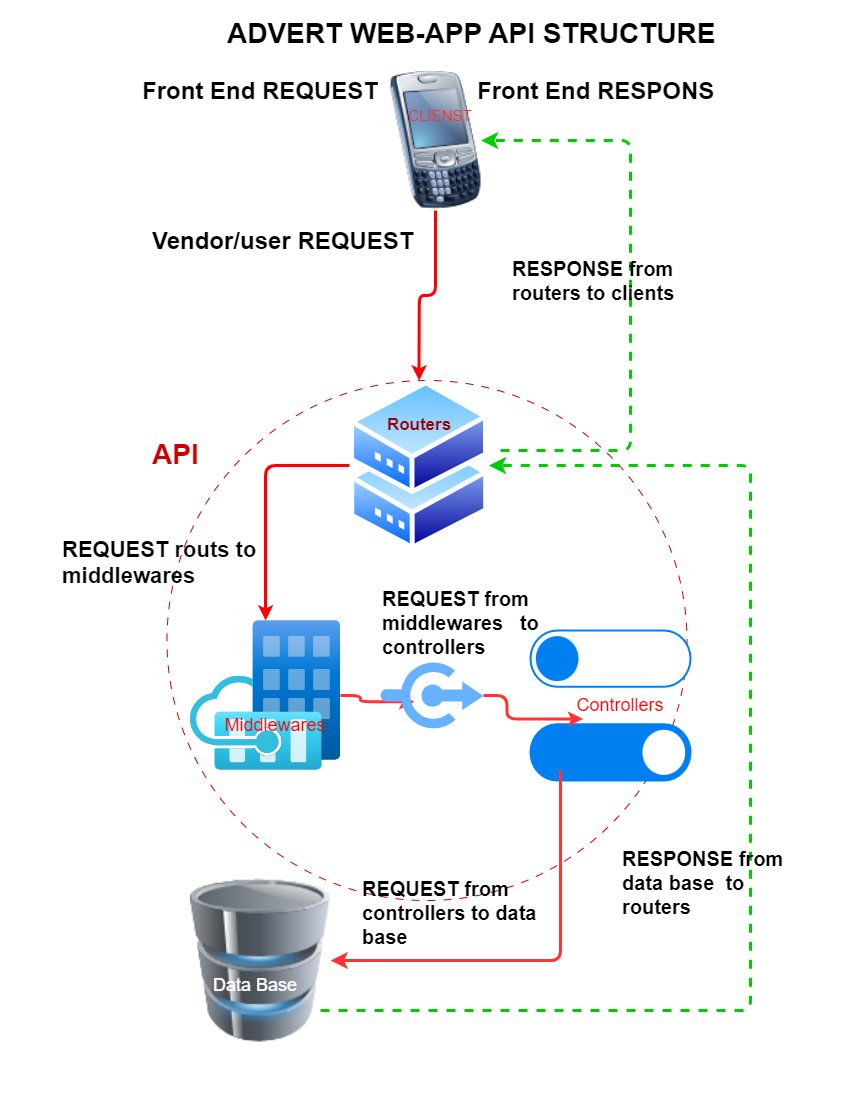
Earlier version of the draw.io export Advert-Api.drawio.png (jepp-x/advertising-api). Source tidied: cells renumbered, new cells last; positions are measured from the earlier drawing's top-left corner, leaving out a move shared by most shapes.
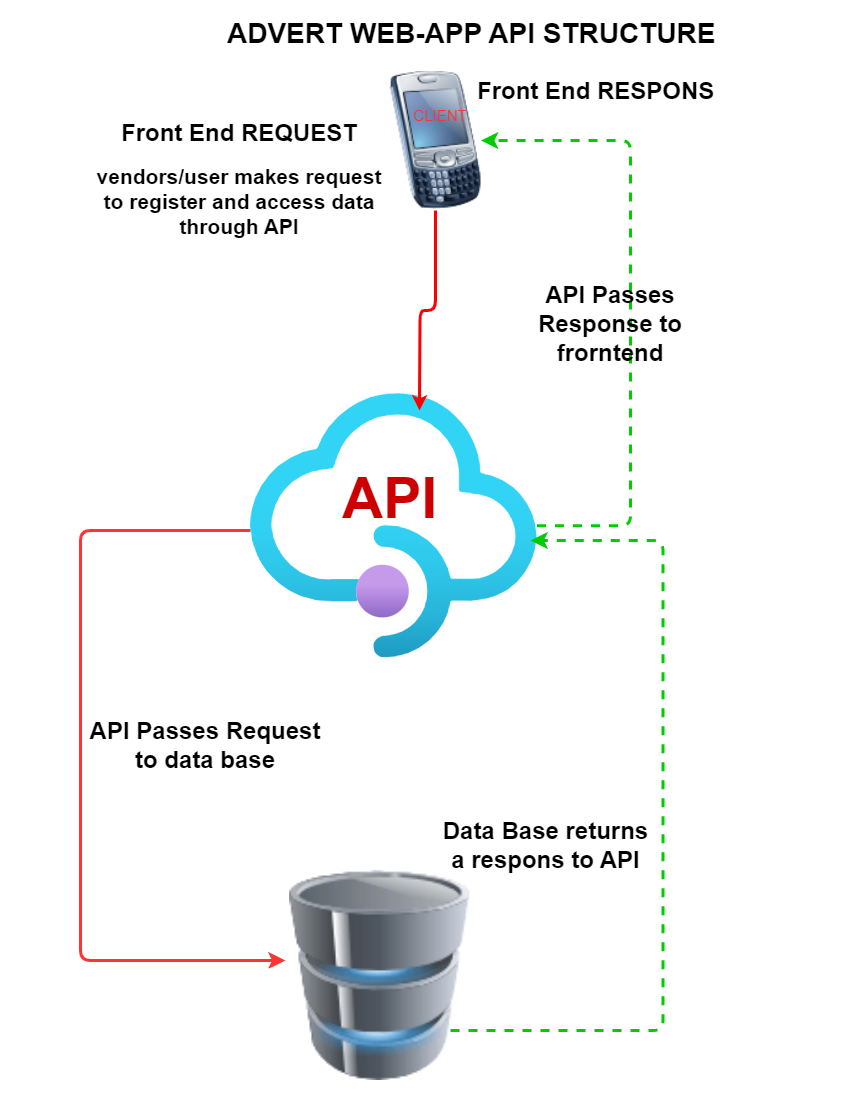
The same file after the commit.

Commit message:
user signup/login/patch/view works

What changed in the source:
```diff
@@ -2,108 +2,71 @@
   <root>
     <mxCell id="0" />
     <mxCell id="1" parent="0" />
-    <mxCell id="2" style="ellipse;whiteSpace=wrap;html=1;fillColor=none;strokeColor=#CC0000;dashed=1;dashPattern=8 8;" parent="1" vertex="1">
-      <mxGeometry x="106.5" y="370" width="520" height="520" as="geometry" />
-    </mxCell>
+    <mxCell id="7" style="html=1;align=center;shadow=0;dashed=0;spacingTop=3;image=img/lib/azure2/app_services/API_Management_Services.svg;shape=image;labelBackgroundColor=default;verticalAlign=top;verticalLabelPosition=bottom;points=[];" parent="1" vertex="1">
+      <mxGeometry x="190" y="340.6" width="286.5" height="349.4" as="geometry" />
+    </mxCell>
-    <mxCell id="3" value="&lt;b&gt;&lt;font style=&quot;font-size: 28px; color: rgb(204, 0, 0);&quot;&gt;API&amp;nbsp;&lt;/font&gt;&lt;/b&gt;" style="strokeWidth=3;shadow=0;dashed=0;align=center;html=1;shape=mxgraph.mockup.text.callout;linkText=;textSize=17;textColor=#666666;callDir=NW;callStyle=line;fontSize=17;fontColor=#666666;align=left;verticalAlign=top;strokeColor=none;gradientColor=default;perimeterSpacing=0;spacingTop=-9;" parent="1" vertex="1">
-      <mxGeometry x="90" y="430" width="80" height="50" as="geometry" />
+    <mxCell id="3" value="&lt;b&gt;&lt;font style=&quot;color: rgb(204, 0, 0);&quot;&gt;API&amp;nbsp;&lt;/font&gt;&lt;/b&gt;" style="strokeWidth=3;shadow=0;dashed=0;align=center;html=1;shape=mxgraph.mockup.text.callout;linkText=;textSize=17;textColor=#666666;callDir=NW;callStyle=line;fontSize=57;fontColor=#666666;align=left;verticalAlign=top;strokeColor=none;gradientColor=default;perimeterSpacing=0;spacingTop=-9;" parent="1" vertex="1">
+      <mxGeometry x="280" y="456" width="130" height="50" as="geometry" />
     </mxCell>
-    <mxCell id="4" style="edgeStyle=orthogonalEdgeStyle;rounded=1;jettySize=auto;html=1;fillColor=light-dark(#CF0C02,#512D2B);strokeColor=light-dark(#FF0000,#D7817E);gradientColor=none;strokeWidth=3;flowAnimation=0;fillStyle=solid;" parent="1" edge="1" source="5" target="7">
-      <mxGeometry relative="1" as="geometry" />
+    <mxCell id="4" style="edgeStyle=orthogonalEdgeStyle;rounded=1;jettySize=auto;html=1;fillColor=light-dark(#CF0C02,#512D2B);strokeColor=light-dark(#FF0000,#D7817E);gradientColor=none;strokeWidth=3;flowAnimation=0;fillStyle=solid;" parent="1" edge="1" source="5">
+      <mxGeometry relative="1" as="geometry">
+        <mxPoint x="359" y="400" as="targetPoint" />
+      </mxGeometry>
     </mxCell>
     <mxCell id="5" style="verticalLabelPosition=bottom;html=1;verticalAlign=top;align=center;strokeColor=none;fillColor=#00BEF2;shape=image;labelBackgroundColor=default;image=img/lib/clip_art/telecommunication/Palm_Treo_128x128.png;" parent="1" vertex="1">
       <mxGeometry x="329.5" y="60" width="91" height="140" as="geometry" />
     </mxCell>
-    <mxCell id="6" style="edgeStyle=orthogonalEdgeStyle;rounded=1;jettySize=auto;html=1;strokeColor=#FF0000;fillColor=#FF3333;strokeWidth=3;" parent="1" edge="1" source="7" target="8">
-      <mxGeometry relative="1" as="geometry" />
-    </mxCell>
-    <mxCell id="7" style="image;perimeter=ellipsePerimeter;html=1;align=center;shadow=0;dashed=0;spacingTop=3;image=img/lib/active_directory/shadowed_router.svg;" parent="1" vertex="1">
-      <mxGeometry x="288.9" y="370" width="139.4" height="170" as="geometry" />
-    </mxCell>
-    <mxCell id="8" style="image;html=1;points=[];align=center;fontSize=12;image=img/lib/azure2/other/Modular_Data_Center.svg;" parent="1" vertex="1">
-      <mxGeometry x="130" y="610" width="150" height="150" as="geometry" />
-    </mxCell>
-    <mxCell id="9" style="html=1;verticalLabelPosition=bottom;align=center;labelBackgroundColor=#ffffff;verticalAlign=top;strokeWidth=2;strokeColor=#0080F0;shadow=0;dashed=0;shape=mxgraph.ios7.icons.controls;" parent="1" vertex="1">
-      <mxGeometry x="470" y="620" width="160" height="150" as="geometry" />
-    </mxCell>
-    <mxCell id="10" style="image;html=1;image=img/lib/clip_art/computers/Database_128x128.png;" parent="1" vertex="1">
-      <mxGeometry x="130" y="860" width="140" height="180" as="geometry" />
-    </mxCell>
-    <mxCell id="11" style="edgeStyle=segmentEdgeStyle;endArrow=classic;html=1;curved=0;rounded=1;endSize=8;startSize=8;entryX=1;entryY=0.5;entryDx=0;entryDy=0;strokeWidth=3;strokeColor=#FF3333;" parent="1" edge="1" target="10">
+    <mxCell id="11" style="edgeStyle=segmentEdgeStyle;endArrow=classic;html=1;curved=0;rounded=1;endSize=8;startSize=8;entryX=0.5;entryY=0;entryDx=0;entryDy=0;strokeWidth=3;strokeColor=#FF3333;" parent="1" edge="1" source="7" target="29">
       <mxGeometry relative="1" as="geometry">
-        <mxPoint x="500" y="760" as="sourcePoint" />
         <Array as="points">
-          <mxPoint x="500" y="950" />
-          <mxPoint x="420" y="950" />
+          <mxPoint x="20" y="520" />
+          <mxPoint x="20" y="950" />
         </Array>
       </mxGeometry>
     </mxCell>
-    <mxCell id="12" style="edgeStyle=orthogonalEdgeStyle;rounded=1;jettySize=auto;html=1;entryX=0.329;entryY=0.59;entryDx=0;entryDy=0;entryPerimeter=0;curved=0;strokeWidth=3;strokeColor=#FF3333;" parent="1" edge="1" source="14" target="9">
-      <mxGeometry relative="1" as="geometry" />
-    </mxCell>
-    <mxCell id="13" style="edgeStyle=orthogonalEdgeStyle;rounded=1;jettySize=auto;html=1;entryX=0.329;entryY=0.59;entryDx=0;entryDy=0;entryPerimeter=0;strokeColor=light-dark(#FF3333,#512D2B);curved=0;strokeWidth=3;" parent="1" edge="1" source="8" target="14">
-      <mxGeometry relative="1" as="geometry" />
-    </mxCell>
-    <mxCell id="14" style="sketch=0;shadow=0;dashed=0;html=1;strokeColor=none;labelPosition=center;verticalLabelPosition=bottom;verticalAlign=top;align=center;fillColor=#66B2FF;shape=mxgraph.mscae.enterprise.connectors;" parent="1" vertex="1">
-      <mxGeometry x="320" y="650" width="102.9" height="70" as="geometry" />
-    </mxCell>
-    <mxCell id="15" style="edgeStyle=elbowEdgeStyle;elbow=horizontal;endArrow=classic;html=1;curved=0;rounded=1;endSize=8;startSize=8;entryX=1;entryY=0.5;entryDx=0;entryDy=0;strokeWidth=3;strokeColor=#00CC00;dashed=1;" parent="1" edge="1" target="7">
+    <mxCell id="15" style="edgeStyle=elbowEdgeStyle;elbow=horizontal;endArrow=classic;html=1;curved=0;rounded=1;endSize=8;startSize=8;strokeWidth=3;strokeColor=#00CC00;dashed=1;exitX=0.25;exitY=1;exitDx=0;exitDy=0;" parent="1" edge="1">
       <mxGeometry relative="1" as="geometry">
-        <mxPoint x="260" y="1000" as="sourcePoint" />
+        <mxPoint x="390" y="1020" as="sourcePoint" />
+        <mxPoint x="470" y="530" as="targetPoint" />
         <Array as="points">
-          <mxPoint x="690" y="980" />
+          <mxPoint x="602.5" y="810" />
+          <mxPoint x="502.5" y="720" />
         </Array>
       </mxGeometry>
     </mxCell>
-    <mxCell id="16" style="edgeStyle=elbowEdgeStyle;elbow=horizontal;endArrow=classic;html=1;curved=0;rounded=1;endSize=8;startSize=8;entryX=1;entryY=0.5;entryDx=0;entryDy=0;dashed=1;strokeWidth=3;strokeColor=#00CC00;" parent="1" edge="1" target="5">
+    <mxCell id="16" style="edgeStyle=elbowEdgeStyle;elbow=horizontal;endArrow=classic;html=1;curved=0;rounded=1;endSize=8;startSize=8;entryX=1;entryY=0.5;entryDx=0;entryDy=0;dashed=1;strokeWidth=3;strokeColor=#00CC00;" parent="1" edge="1" source="7" target="5">
       <mxGeometry relative="1" as="geometry">
-        <mxPoint x="440" y="440" as="sourcePoint" />
         <Array as="points">
           <mxPoint x="570" y="310" />
         </Array>
       </mxGeometry>
     </mxCell>
-    <mxCell id="17" value="&lt;h1 style=&quot;margin-top: 0px;&quot;&gt;&lt;span style=&quot;background-color: transparent; color: light-dark(rgb(0, 0, 0), rgb(255, 255, 255));&quot;&gt;Vendor/user REQUEST&amp;nbsp;&amp;nbsp;&lt;/span&gt;&lt;/h1&gt;" style="text;html=1;whiteSpace=wrap;overflow=hidden;rounded=0;" parent="1" vertex="1">
-      <mxGeometry x="90" y="210" width="320" height="60" as="geometry" />
-    </mxCell>
-    <mxCell id="18" value="&lt;h1 style=&quot;margin-top: 0px;&quot;&gt;&lt;span style=&quot;background-color: transparent; color: light-dark(rgb(0, 0, 0), rgb(255, 255, 255));&quot;&gt;REQUEST routs to middlewares&amp;nbsp; &amp;nbsp;&lt;/span&gt;&lt;/h1&gt;" style="text;html=1;whiteSpace=wrap;overflow=hidden;rounded=0;fontSize=11;" parent="1" vertex="1">
-      <mxGeometry y="520" width="270" height="80" as="geometry" />
-    </mxCell>
-    <mxCell id="19" value="Routers" style="text;html=1;align=center;verticalAlign=middle;whiteSpace=wrap;rounded=0;fontColor=#990000;fontSize=17;fontStyle=1;" parent="1" vertex="1">
-      <mxGeometry x="328.6" y="400" width="60" height="30" as="geometry" />
-    </mxCell>
-    <mxCell id="20" value="CLIENST" style="text;html=1;align=center;verticalAlign=middle;whiteSpace=wrap;rounded=0;fontColor=#FF3333;fontSize=15;" parent="1" vertex="1">
+    <mxCell id="20" value="CLIENT" style="text;html=1;align=center;verticalAlign=middle;whiteSpace=wrap;rounded=0;fontColor=#FF3333;fontSize=15;" parent="1" vertex="1">
       <mxGeometry x="350" y="90" width="60" height="30" as="geometry" />
     </mxCell>
-    <mxCell id="21" value="&lt;h1 style=&quot;margin-top: 0px;&quot;&gt;&lt;span style=&quot;background-color: transparent; color: light-dark(rgb(0, 0, 0), rgb(255, 255, 255));&quot;&gt;REQUEST from middlewares&amp;nbsp; &amp;nbsp;to controllers&lt;/span&gt;&lt;/h1&gt;" style="text;html=1;whiteSpace=wrap;overflow=hidden;rounded=0;fontSize=10;" parent="1" vertex="1">
-      <mxGeometry x="320" y="570" width="190" height="80" as="geometry" />
-    </mxCell>
-    <mxCell id="22" value="&lt;h1 style=&quot;margin-top: 0px;&quot;&gt;&lt;span style=&quot;background-color: transparent; color: light-dark(rgb(0, 0, 0), rgb(255, 255, 255));&quot;&gt;REQUEST from controllers to data base&lt;/span&gt;&lt;/h1&gt;" style="text;html=1;whiteSpace=wrap;overflow=hidden;rounded=0;fontSize=10;" parent="1" vertex="1">
-      <mxGeometry x="300" y="860" width="190" height="80" as="geometry" />
-    </mxCell>
-    <mxCell id="23" value="&lt;h1 style=&quot;margin-top: 0px;&quot;&gt;&lt;span style=&quot;background-color: transparent; color: light-dark(rgb(0, 0, 0), rgb(255, 255, 255));&quot;&gt;RESPONSE from data base&amp;nbsp; to routers&lt;/span&gt;&lt;/h1&gt;" style="text;html=1;whiteSpace=wrap;overflow=hidden;rounded=0;fontSize=10;" parent="1" vertex="1">
-      <mxGeometry x="560" y="830" width="190" height="80" as="geometry" />
-    </mxCell>
-    <mxCell id="24" value="&lt;h1 style=&quot;margin-top: 0px;&quot;&gt;&lt;span style=&quot;background-color: transparent; color: light-dark(rgb(0, 0, 0), rgb(255, 255, 255));&quot;&gt;RESPONSE from routers to clients&lt;/span&gt;&lt;/h1&gt;" style="text;html=1;whiteSpace=wrap;overflow=hidden;rounded=0;fontSize=10;" parent="1" vertex="1">
-      <mxGeometry x="450" y="240" width="190" height="80" as="geometry" />
-    </mxCell>
-    <mxCell id="25" value="&lt;h1 style=&quot;margin-top: 0px;&quot;&gt;&lt;span style=&quot;background-color: transparent; color: light-dark(rgb(0, 0, 0), rgb(255, 255, 255));&quot;&gt;Front End REQUEST&lt;/span&gt;&lt;/h1&gt;" style="text;html=1;whiteSpace=wrap;overflow=hidden;rounded=0;" parent="1" vertex="1">
-      <mxGeometry x="80" y="60" width="270" height="40" as="geometry" />
+    <mxCell id="25" value="&lt;h1 style=&quot;margin-top: 0px;&quot;&gt;&lt;span style=&quot;background-color: transparent; color: light-dark(rgb(0, 0, 0), rgb(255, 255, 255));&quot;&gt;Front End REQUEST&lt;/span&gt;&lt;/h1&gt;&lt;div&gt;&lt;span style=&quot;background-color: transparent; color: light-dark(rgb(0, 0, 0), rgb(255, 255, 255));&quot;&gt;&lt;font style=&quot;font-size: 21px;&quot;&gt;&lt;b style=&quot;&quot;&gt;vendors/user makes request to register and access data through API&lt;/b&gt;&lt;/font&gt;&lt;/span&gt;&lt;/div&gt;" style="text;html=1;whiteSpace=wrap;overflow=hidden;rounded=0;align=center;" parent="1" vertex="1">
+      <mxGeometry x="29" y="102" width="300" height="140" as="geometry" />
     </mxCell>
     <mxCell id="26" value="&lt;h1 style=&quot;margin-top: 0px;&quot;&gt;&lt;span style=&quot;background-color: transparent; color: light-dark(rgb(0, 0, 0), rgb(255, 255, 255));&quot;&gt;Front End RESPONS&lt;/span&gt;&lt;/h1&gt;" style="text;html=1;whiteSpace=wrap;overflow=hidden;rounded=0;" parent="1" vertex="1">
       <mxGeometry x="415" y="60" width="270" height="40" as="geometry" />
     </mxCell>
-    <mxCell id="27" value="Middlewares" style="text;html=1;align=center;verticalAlign=middle;whiteSpace=wrap;rounded=0;fontColor=#FF0000;fontSize=18;" parent="1" vertex="1">
-      <mxGeometry x="185" y="700" width="60" height="30" as="geometry" />
-    </mxCell>
-    <mxCell id="28" value="Controllers" style="text;html=1;align=center;verticalAlign=middle;whiteSpace=wrap;rounded=0;fontColor=#FF0000;fontSize=18;" parent="1" vertex="1">
-      <mxGeometry x="520" y="680" width="80" height="30" as="geometry" />
-    </mxCell>
     <mxCell id="29" value="Data Base" style="text;html=1;align=center;verticalAlign=middle;whiteSpace=wrap;rounded=0;fontColor=#FFFFFF;fontSize=18;" parent="1" vertex="1">
-      <mxGeometry x="150" y="960" width="90" height="30" as="geometry" />
+      <mxGeometry x="150" y="950" width="150" height="30" as="geometry" />
     </mxCell>
     <mxCell id="30" value="&lt;h1 style=&quot;margin-top: 0px;&quot;&gt;&lt;span style=&quot;background-color: transparent; color: light-dark(rgb(0, 0, 0), rgb(255, 255, 255));&quot;&gt;ADVERT WEB-APP API STRUCTURE&amp;nbsp;&lt;/span&gt;&lt;/h1&gt;" style="text;html=1;whiteSpace=wrap;overflow=hidden;rounded=0;fontSize=14;" parent="1" vertex="1">
       <mxGeometry x="165" width="500" height="40" as="geometry" />
     </mxCell>
+    <mxCell id="10" style="image;html=1;image=img/lib/clip_art/computers/Database_128x128.png;" parent="1" vertex="1">
+      <mxGeometry x="178.6" y="860" width="281.4" height="210" as="geometry" />
+    </mxCell>
+    <mxCell id="31" value="&lt;h1 style=&quot;margin-top: 0px;&quot;&gt;API Passes Request to data base&lt;/h1&gt;" style="text;html=1;whiteSpace=wrap;overflow=hidden;rounded=0;align=center;" parent="1" vertex="1">
+      <mxGeometry x="20" y="700" width="250" height="100" as="geometry" />
+    </mxCell>
+    <mxCell id="32" value="&lt;h1 style=&quot;margin-top: 0px;&quot;&gt;Data Base returns a respons to API&lt;/h1&gt;" style="text;html=1;whiteSpace=wrap;overflow=hidden;rounded=0;align=center;" parent="1" vertex="1">
+      <mxGeometry x="380" y="800" width="210.5" height="90" as="geometry" />
+    </mxCell>
+    <mxCell id="33" value="&lt;h1 style=&quot;margin-top: 0px;&quot;&gt;API Passes Response to frorntend&lt;/h1&gt;" style="text;html=1;whiteSpace=wrap;overflow=hidden;rounded=0;align=center;" parent="1" vertex="1">
+      <mxGeometry x="425" y="264" width="250" height="100" as="geometry" />
+    </mxCell>
   </root>
 </mxGraphModel>
```
